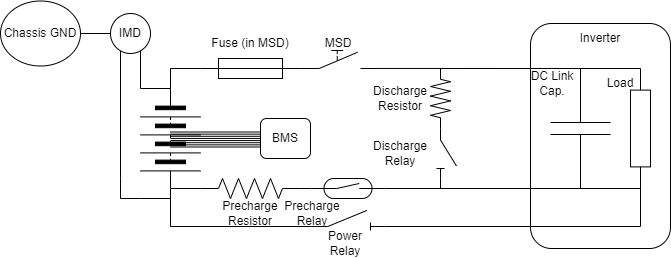
Team-Tachyon-e-V/FDD24 keeps this draw.io diagram as texfiles/elec/eimg/HVSchematic.png. Above is the earlier version. Source tidied: cells renumbered, new cells last; positions are measured from the earlier drawing's top-left corner, leaving out a move shared by most shapes.
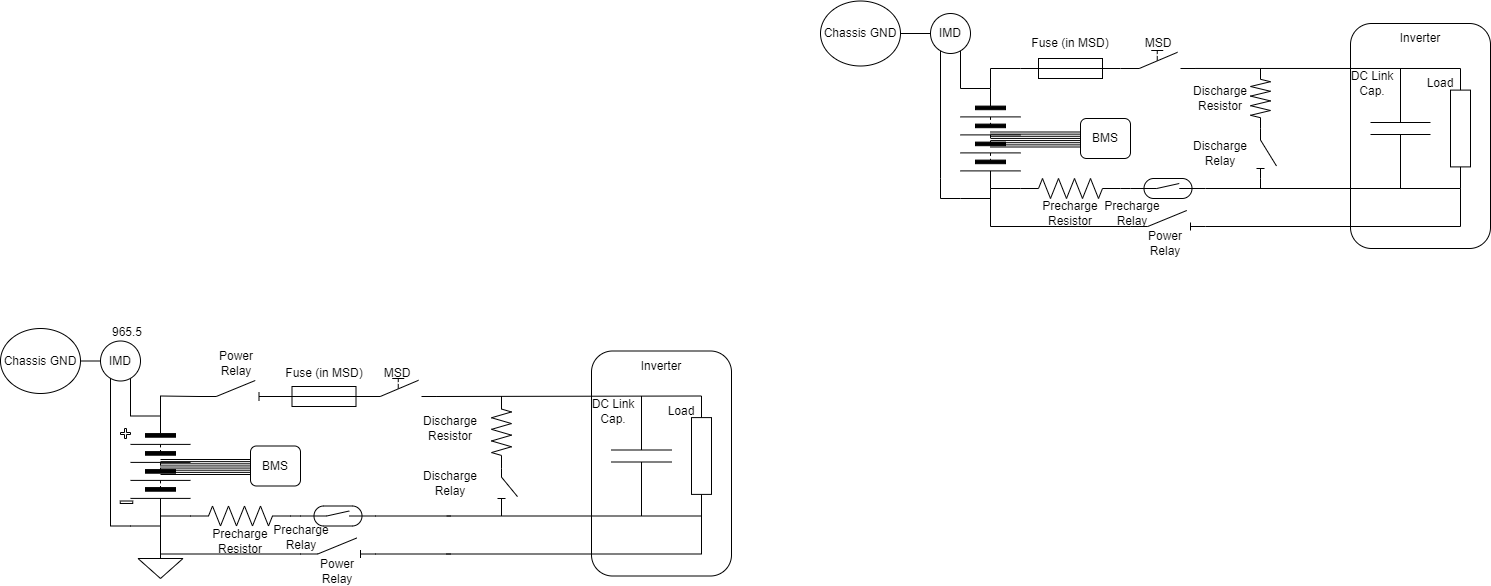
After the change.

Diff of the diagram source:
```diff
@@ -152,5 +152,189 @@
     <mxCell id="40" value="DC Link&lt;br&gt;Cap." style="text;html=1;align=center;verticalAlign=middle;whiteSpace=wrap;rounded=0;" parent="1" vertex="1">
       <mxGeometry x="522" y="68" width="60" height="30" as="geometry" />
     </mxCell>
+    <mxCell id="41" style="rounded=1;whiteSpace=wrap;html=1;" parent="1" vertex="1">
+      <mxGeometry x="-229" y="350.5" width="140" height="225" as="geometry" />
+    </mxCell>
+    <mxCell id="42" style="verticalLabelPosition=bottom;shadow=0;dashed=0;align=center;html=1;verticalAlign=top;shape=mxgraph.electrical.miscellaneous.batteryStack;direction=south;" parent="1" vertex="1">
+      <mxGeometry x="-690" y="415.5" width="60" height="100" as="geometry" />
+    </mxCell>
+    <mxCell id="43" style="verticalLabelPosition=bottom;shadow=0;dashed=0;align=center;html=1;verticalAlign=top;shape=mxgraph.electrical.electro-mechanical.manualSwitch2;elSwitchState=off;" parent="1" vertex="1">
+      <mxGeometry x="-459" y="378" width="75" height="18" as="geometry" />
+    </mxCell>
+    <mxCell id="44" style="verticalLabelPosition=bottom;shadow=0;dashed=0;align=center;html=1;verticalAlign=top;shape=mxgraph.electrical.miscellaneous.fuse_2;" parent="1" vertex="1">
+      <mxGeometry x="-546.5" y="386" width="100" height="20" as="geometry" />
+    </mxCell>
+    <mxCell id="45" style="endArrow=none;html=1;rounded=0;entryX=0;entryY=1;entryDx=0;entryDy=0;entryPerimeter=0;exitX=1;exitY=0.5;exitDx=0;exitDy=0;exitPerimeter=0;" parent="1" edge="1" source="44" target="43">
+      <mxGeometry relative="1" as="geometry" />
+    </mxCell>
+    <mxCell id="46" style="verticalLabelPosition=bottom;shadow=0;dashed=0;align=center;html=1;verticalAlign=top;shape=mxgraph.electrical.capacitors.capacitor_1;direction=south;" parent="1" vertex="1">
+      <mxGeometry x="-209" y="395.5" width="60" height="120" as="geometry" />
+    </mxCell>
+    <mxCell id="47" style="verticalLabelPosition=bottom;shadow=0;dashed=0;align=center;html=1;verticalAlign=top;shape=mxgraph.electrical.resistors.resistor_1;direction=south;" parent="1" vertex="1">
+      <mxGeometry x="-129" y="395.5" width="20" height="120" as="geometry" />
+    </mxCell>
+    <mxCell id="48" style="verticalLabelPosition=bottom;shadow=0;dashed=0;align=center;html=1;verticalAlign=top;shape=mxgraph.electrical.resistors.resistor_2;direction=west;" parent="1" vertex="1">
+      <mxGeometry x="-630" y="505.5" width="100" height="20" as="geometry" />
+    </mxCell>
+    <mxCell id="49" style="verticalLabelPosition=bottom;shadow=0;dashed=0;align=center;html=1;verticalAlign=top;shape=mxgraph.electrical.electro-mechanical.reedSwitch2;elSwitchState=off;" parent="1" vertex="1">
+      <mxGeometry x="-520" y="505.5" width="75" height="20" as="geometry" />
+    </mxCell>
+    <mxCell id="50" style="verticalLabelPosition=bottom;shadow=0;dashed=0;align=center;html=1;verticalAlign=top;shape=mxgraph.electrical.electro-mechanical.isolatorSwitch2;elSwitchState=off;" parent="1" vertex="1">
+      <mxGeometry x="-520" y="537.5" width="75" height="20" as="geometry" />
+    </mxCell>
+    <mxCell id="51" style="endArrow=none;html=1;rounded=0;exitX=1;exitY=0.5;exitDx=0;exitDy=0;entryX=1;entryY=0.5;entryDx=0;entryDy=0;entryPerimeter=0;" parent="1" edge="1" source="42" target="48">
+      <mxGeometry relative="1" as="geometry" />
+    </mxCell>
+    <mxCell id="52" style="endArrow=none;html=1;rounded=0;exitX=0;exitY=0.5;exitDx=0;exitDy=0;entryX=0;entryY=0.5;entryDx=0;entryDy=0;exitPerimeter=0;" parent="1" edge="1" source="48" target="49">
+      <mxGeometry relative="1" as="geometry" />
+    </mxCell>
+    <mxCell id="53" style="endArrow=none;html=1;rounded=0;entryX=0;entryY=0.8;entryDx=0;entryDy=0;" parent="1" edge="1" target="50">
+      <mxGeometry relative="1" as="geometry">
+        <mxPoint x="-660" y="553.5" as="sourcePoint" />
+      </mxGeometry>
+    </mxCell>
+    <mxCell id="54" style="endArrow=none;html=1;rounded=0;" parent="1" edge="1">
+      <mxGeometry relative="1" as="geometry">
+        <mxPoint x="-660" y="515.5" as="sourcePoint" />
+        <mxPoint x="-660" y="553.5" as="targetPoint" />
+      </mxGeometry>
+    </mxCell>
+    <mxCell id="55" style="endArrow=none;html=1;rounded=0;exitX=0;exitY=0.5;exitDx=0;exitDy=0;" parent="1" edge="1" source="42">
+      <mxGeometry relative="1" as="geometry">
+        <mxPoint x="-690" y="375.5" as="targetPoint" />
+        <Array as="points">
+          <mxPoint x="-690" y="415.5" />
+        </Array>
+      </mxGeometry>
+    </mxCell>
+    <mxCell id="56" style="endArrow=none;html=1;rounded=0;exitX=0;exitY=0.5;exitDx=0;exitDy=0;" parent="1" edge="1">
+      <mxGeometry relative="1" as="geometry">
+        <mxPoint x="-660" y="525.5" as="sourcePoint" />
+        <mxPoint x="-710" y="375.5" as="targetPoint" />
+        <Array as="points">
+          <mxPoint x="-690" y="525.5" />
+          <mxPoint x="-710" y="525.5" />
+          <mxPoint x="-710" y="505.5" />
+        </Array>
+      </mxGeometry>
+    </mxCell>
+    <mxCell id="57" style="verticalLabelPosition=bottom;shadow=0;dashed=0;align=center;html=1;verticalAlign=top;strokeWidth=1;shape=ellipse;perimeter=ellipsePerimeter;" parent="1" vertex="1">
+      <mxGeometry x="-720" y="340.5" width="40" height="40" as="geometry" />
+    </mxCell>
+    <mxCell id="58" value="&lt;span style=&quot;color: rgb(0, 0, 0); font-family: Helvetica; font-size: 12px; font-style: normal; font-variant-ligatures: normal; font-variant-caps: normal; font-weight: 400; letter-spacing: normal; orphans: 2; text-indent: 0px; text-transform: none; widows: 2; word-spacing: 0px; -webkit-text-stroke-width: 0px; background-color: rgb(251, 251, 251); text-decoration-thickness: initial; text-decoration-style: initial; text-decoration-color: initial; float: none; display: inline !important;&quot;&gt;IMD&lt;/span&gt;" style="text;whiteSpace=wrap;html=1;align=center;verticalAlign=middle;" parent="1" vertex="1">
+      <mxGeometry x="-715" y="350.5" width="30" height="20" as="geometry" />
+    </mxCell>
+    <mxCell id="59" style="endArrow=none;html=1;rounded=0;entryX=1;entryY=0.5;entryDx=0;entryDy=0;exitX=0;exitY=0.5;exitDx=0;exitDy=0;" parent="1" edge="1" source="57" target="60">
+      <mxGeometry relative="1" as="geometry" />
+    </mxCell>
+    <mxCell id="60" value="Chassis GND" style="ellipse;whiteSpace=wrap;html=1;" parent="1" vertex="1">
+      <mxGeometry x="-820" y="328" width="80" height="65" as="geometry" />
+    </mxCell>
+    <mxCell id="61" style="verticalLabelPosition=bottom;shadow=0;dashed=0;align=center;html=1;verticalAlign=top;shape=mxgraph.electrical.transmission.8_line_bus;" parent="1" vertex="1">
+      <mxGeometry x="-660" y="459" width="90" height="15" as="geometry" />
+    </mxCell>
+    <mxCell id="62" value="BMS" style="rounded=1;whiteSpace=wrap;html=1;" parent="1" vertex="1">
+      <mxGeometry x="-570" y="445.5" width="50" height="40" as="geometry" />
+    </mxCell>
+    <mxCell id="63" style="endArrow=none;html=1;rounded=0;exitX=0.995;exitY=0.998;exitDx=0;exitDy=0;exitPerimeter=0;entryX=0;entryY=0.5;entryDx=0;entryDy=0;entryPerimeter=0;" parent="1" edge="1" target="47">
+      <mxGeometry relative="1" as="geometry">
+        <mxPoint x="-384.4" y="396" as="sourcePoint" />
+      </mxGeometry>
+    </mxCell>
+    <mxCell id="64" style="endArrow=none;html=1;rounded=0;exitX=0.995;exitY=0.998;exitDx=0;exitDy=0;exitPerimeter=0;" parent="1" edge="1">
+      <mxGeometry relative="1" as="geometry">
+        <mxPoint x="-374" y="515.5" as="sourcePoint" />
+        <mxPoint x="-119" y="515.5" as="targetPoint" />
+      </mxGeometry>
+    </mxCell>
+    <mxCell id="65" style="endArrow=none;html=1;rounded=0;" parent="1" edge="1">
+      <mxGeometry relative="1" as="geometry">
+        <mxPoint x="-374" y="553.5" as="sourcePoint" />
+        <mxPoint x="-119" y="515.5" as="targetPoint" />
+        <Array as="points">
+          <mxPoint x="-119" y="553.5" />
+        </Array>
+      </mxGeometry>
+    </mxCell>
+    <mxCell id="66" style="verticalLabelPosition=bottom;shadow=0;dashed=0;align=center;html=1;verticalAlign=top;shape=mxgraph.electrical.electro-mechanical.isolatorSwitch2;elSwitchState=off;direction=south;" parent="1" vertex="1">
+      <mxGeometry x="-323" y="468" width="20" height="37.5" as="geometry" />
+    </mxCell>
+    <mxCell id="67" style="endArrow=none;html=1;rounded=0;exitX=1;exitY=0.8;exitDx=0;exitDy=0;" parent="1" edge="1" source="66">
+      <mxGeometry relative="1" as="geometry">
+        <mxPoint x="-319" y="515.5" as="targetPoint" />
+      </mxGeometry>
+    </mxCell>
+    <mxCell id="68" style="verticalLabelPosition=bottom;shadow=0;dashed=0;align=center;html=1;verticalAlign=top;shape=mxgraph.electrical.resistors.resistor_2;direction=north;" parent="1" vertex="1">
+      <mxGeometry x="-329" y="395.5" width="20" height="72.5" as="geometry" />
+    </mxCell>
+    <mxCell id="69" value="Fuse (in MSD)" style="text;html=1;align=center;verticalAlign=middle;whiteSpace=wrap;rounded=0;" parent="1" vertex="1">
+      <mxGeometry x="-540.5" y="358" width="88" height="30" as="geometry" />
+    </mxCell>
+    <mxCell id="70" value="MSD" style="text;html=1;align=center;verticalAlign=middle;whiteSpace=wrap;rounded=0;" parent="1" vertex="1">
+      <mxGeometry x="-452.5" y="358" width="60" height="30" as="geometry" />
+    </mxCell>
+    <mxCell id="71" value="Precharge Resistor" style="text;html=1;align=center;verticalAlign=middle;whiteSpace=wrap;rounded=0;" parent="1" vertex="1">
+      <mxGeometry x="-610" y="525.5" width="60" height="30" as="geometry" />
+    </mxCell>
+    <mxCell id="72" value="Power Relay" style="text;html=1;align=center;verticalAlign=middle;whiteSpace=wrap;rounded=0;" parent="1" vertex="1">
+      <mxGeometry x="-614" y="348" width="60" height="30" as="geometry" />
+    </mxCell>
+    <mxCell id="73" value="Precharge Relay" style="text;html=1;align=center;verticalAlign=middle;whiteSpace=wrap;rounded=0;" parent="1" vertex="1">
+      <mxGeometry x="-548" y="525.5" width="58" height="22.5" as="geometry" />
+    </mxCell>
+    <mxCell id="74" value="Discharge Resistor" style="text;html=1;align=center;verticalAlign=middle;whiteSpace=wrap;rounded=0;" parent="1" vertex="1">
+      <mxGeometry x="-400" y="413" width="60" height="30" as="geometry" />
+    </mxCell>
+    <mxCell id="75" value="Discharge&lt;br&gt;Relay" style="text;html=1;align=center;verticalAlign=middle;whiteSpace=wrap;rounded=0;" parent="1" vertex="1">
+      <mxGeometry x="-400" y="468" width="60" height="30" as="geometry" />
+    </mxCell>
+    <mxCell id="76" value="Inverter" style="text;html=1;align=center;verticalAlign=middle;whiteSpace=wrap;rounded=0;" parent="1" vertex="1">
+      <mxGeometry x="-189" y="350.5" width="60" height="30" as="geometry" />
+    </mxCell>
+    <mxCell id="77" value="Load" style="text;html=1;align=center;verticalAlign=middle;whiteSpace=wrap;rounded=0;" parent="1" vertex="1">
+      <mxGeometry x="-169" y="395.5" width="60" height="30" as="geometry" />
+    </mxCell>
+    <mxCell id="78" value="DC Link&lt;br&gt;Cap." style="text;html=1;align=center;verticalAlign=middle;whiteSpace=wrap;rounded=0;" parent="1" vertex="1">
+      <mxGeometry x="-237" y="395.5" width="60" height="30" as="geometry" />
+    </mxCell>
+    <mxCell id="79" style="endArrow=none;html=1;rounded=0;exitX=1;exitY=0.5;exitDx=0;exitDy=0;endSize=0;" parent="1" edge="1">
+      <mxGeometry relative="1" as="geometry">
+        <mxPoint x="-445" y="515.5" as="sourcePoint" />
+        <mxPoint x="-370" y="515.5" as="targetPoint" />
+      </mxGeometry>
+    </mxCell>
+    <mxCell id="80" style="endArrow=none;html=1;rounded=0;exitX=1;exitY=0.5;exitDx=0;exitDy=0;endSize=0;" parent="1" edge="1">
+      <mxGeometry relative="1" as="geometry">
+        <mxPoint x="-445" y="553.5" as="sourcePoint" />
+        <mxPoint x="-370" y="553.5" as="targetPoint" />
+      </mxGeometry>
+    </mxCell>
+    <mxCell id="81" value="965.5" style="text;whiteSpace=wrap;" parent="1" vertex="1">
+      <mxGeometry x="-710" y="318" width="60" height="40" as="geometry" />
+    </mxCell>
+    <mxCell id="82" style="endArrow=none;html=1;rounded=0;exitX=0;exitY=0.5;exitDx=0;exitDy=0;entryX=0;entryY=0.8;entryDx=0;entryDy=0;" parent="1" edge="1">
+      <mxGeometry relative="1" as="geometry">
+        <mxPoint x="-660" y="415.5" as="sourcePoint" />
+        <mxPoint x="-621.5" y="396" as="targetPoint" />
+        <Array as="points">
+          <mxPoint x="-660" y="395.5" />
+        </Array>
+      </mxGeometry>
+    </mxCell>
+    <mxCell id="83" style="verticalLabelPosition=bottom;shadow=0;dashed=0;align=center;html=1;verticalAlign=top;shape=mxgraph.electrical.electro-mechanical.isolatorSwitch2;elSwitchState=off;" parent="1" vertex="1">
+      <mxGeometry x="-621.5" y="380" width="75" height="20" as="geometry" />
+    </mxCell>
+    <mxCell id="84" value="Power Relay" style="text;html=1;align=center;verticalAlign=middle;whiteSpace=wrap;rounded=0;" parent="1" vertex="1">
+      <mxGeometry x="-512.5" y="555.5" width="60" height="30" as="geometry" />
+    </mxCell>
+    <mxCell id="85" style="verticalLabelPosition=bottom;shadow=0;dashed=0;align=center;html=1;verticalAlign=top;shape=mxgraph.electrical.signal_sources.signal_ground;" parent="1" vertex="1">
+      <mxGeometry x="-682.5" y="548" width="45" height="30" as="geometry" />
+    </mxCell>
+    <mxCell id="86" style="shape=cross;whiteSpace=wrap;html=1;" parent="1" vertex="1">
+      <mxGeometry x="-700" y="428" width="10" height="10" as="geometry" />
+    </mxCell>
+    <mxCell id="87" style="rounded=0;whiteSpace=wrap;html=1;" parent="1" vertex="1">
+      <mxGeometry x="-700.2" y="500.5" width="12.5" height="2.5" as="geometry" />
+    </mxCell>
   </root>
 </mxGraphModel>
```
